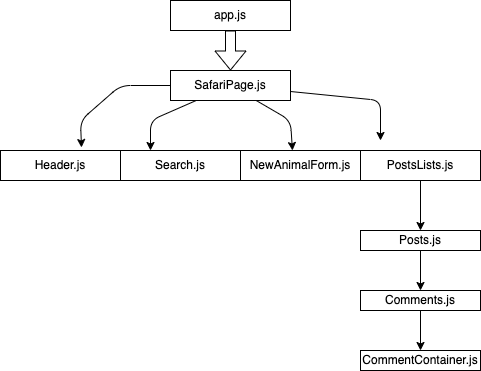
Earlier version of the draw.io export .drawio.png (KlajdoQ/safari-sorority). Source tidied: cells renumbered, new cells last; positions are measured from the earlier drawing's top-left corner, leaving out a move shared by most shapes.
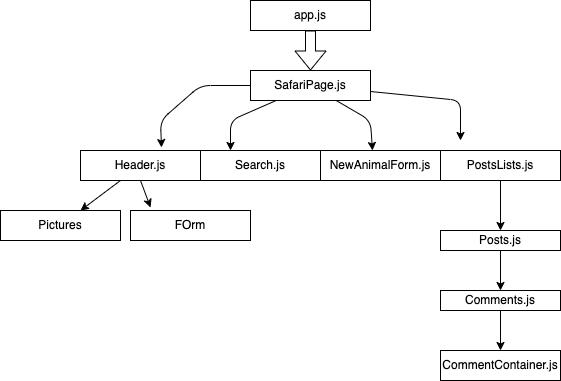
The same file after the commit.

Diff of the diagram source:
```diff
@@ -43,6 +43,12 @@
     <mxCell id="8" value="SafariPage.js" style="whiteSpace=wrap;html=1;" parent="1" vertex="1">
       <mxGeometry x="170" y="70" width="120" height="30" as="geometry" />
     </mxCell>
+    <mxCell id="19" style="edgeStyle=none;html=1;exitX=0.5;exitY=1;exitDx=0;exitDy=0;entryX=0.167;entryY=-0.1;entryDx=0;entryDy=0;entryPerimeter=0;" parent="1" edge="1" source="9" target="22">
+      <mxGeometry relative="1" as="geometry" />
+    </mxCell>
+    <mxCell id="20" style="edgeStyle=none;html=1;" parent="1" edge="1" source="9" target="21">
+      <mxGeometry relative="1" as="geometry" />
+    </mxCell>
     <mxCell id="9" value="Header.js" style="whiteSpace=wrap;html=1;" parent="1" vertex="1">
       <mxGeometry y="150" width="120" height="30" as="geometry" />
     </mxCell>
@@ -71,7 +77,13 @@
       <mxGeometry x="360" y="290" width="120" height="20" as="geometry" />
     </mxCell>
     <mxCell id="18" value="CommentContainer.js" style="whiteSpace=wrap;html=1;" parent="1" vertex="1">
-      <mxGeometry x="360" y="350" width="120" height="20" as="geometry" />
+      <mxGeometry x="360" y="350" width="120" height="30" as="geometry" />
     </mxCell>
+    <mxCell id="21" value="Pictures" style="whiteSpace=wrap;html=1;" parent="1" vertex="1">
+      <mxGeometry x="-80" y="210" width="120" height="30" as="geometry" />
+    </mxCell>
+    <mxCell id="22" value="FOrm" style="whiteSpace=wrap;html=1;" parent="1" vertex="1">
+      <mxGeometry x="50" y="210" width="120" height="30" as="geometry" />
+    </mxCell>
   </root>
 </mxGraphModel>
```
